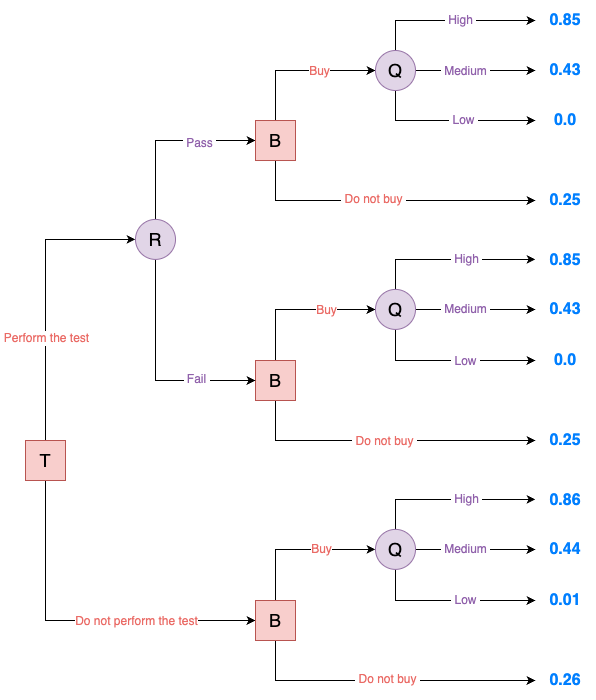
The draw.io diagram decision_problems/oil_field_purchase/images/oil_decision_tree.png in ferjorosa/decision-theory-llms, before a commit. Source tidied: cells renumbered, new cells last; positions are measured from the earlier drawing's top-left corner, leaving out a move shared by most shapes.
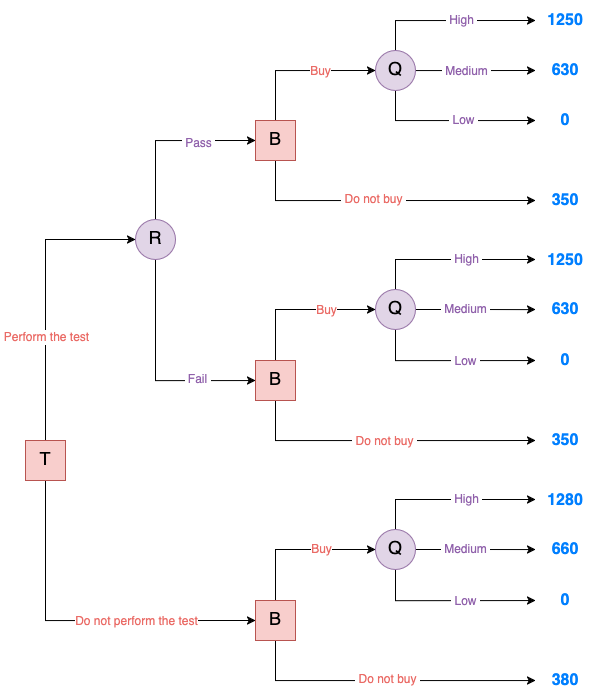
The same diagram one commit later.

Diff of the diagram source:
```diff
@@ -27,16 +27,16 @@
     <mxCell id="6" value="T" style="rounded=0;whiteSpace=wrap;html=1;fontSize=18;fillColor=#f8cecc;strokeColor=#b85450;" parent="1" vertex="1">
       <mxGeometry y="440" width="40" height="40" as="geometry" />
     </mxCell>
-    <mxCell id="7" style="edgeStyle=orthogonalEdgeStyle;rounded=0;jettySize=auto;html=1;fontSize=12;" parent="1" edge="1" source="11" target="59">
-      <mxGeometry relative="1" as="geometry">
-        <Array as="points">
-          <mxPoint x="250" y="680" />
-        </Array>
-      </mxGeometry>
-    </mxCell>
-    <mxCell id="8" value="&amp;nbsp;Do not buy&amp;nbsp;" style="edgeLabel;html=1;align=center;verticalAlign=middle;fontSize=12;fontColor=#EA6B66;" parent="7" vertex="1">
-      <mxGeometry x="0.01" y="2" relative="1" as="geometry" />
-    </mxCell>
+    <mxCell id="60" style="edgeStyle=orthogonalEdgeStyle;rounded=0;jettySize=auto;html=1;fontSize=12;" parent="1" edge="1" source="11" target="92">
+      <mxGeometry relative="1" as="geometry">
+        <Array as="points">
+          <mxPoint x="250" y="680" />
+        </Array>
+      </mxGeometry>
+    </mxCell>
+    <mxCell id="61" value="&amp;nbsp;Do not buy&amp;nbsp;" style="edgeLabel;html=1;align=center;verticalAlign=middle;fontSize=12;fontColor=#EA6B66;" parent="60" vertex="1">
+      <mxGeometry x="0.01" y="2" relative="1" as="geometry" />
+    </mxCell>
     <mxCell id="9" style="edgeStyle=orthogonalEdgeStyle;rounded=0;jettySize=auto;html=1;entryX=0;entryY=0.5;entryDx=0;entryDy=0;" parent="1" edge="1" source="11" target="47">
       <mxGeometry relative="1" as="geometry">
         <Array as="points">
@@ -52,21 +52,21 @@
     <mxCell id="11" value="B" style="rounded=0;whiteSpace=wrap;html=1;fontSize=18;fillColor=#f8cecc;strokeColor=#b85450;" parent="1" vertex="1">
       <mxGeometry x="230" y="600" width="40" height="40" as="geometry" />
     </mxCell>
-    <mxCell id="12" style="edgeStyle=orthogonalEdgeStyle;rounded=0;orthogonalLoop=1;jettySize=auto;html=1;fontSize=12;" parent="1" edge="1">
-      <mxGeometry relative="1" as="geometry">
-        <mxPoint x="250" y="380" as="sourcePoint" />
-        <mxPoint x="510" y="440" as="targetPoint" />
-        <Array as="points">
-          <mxPoint x="250" y="440" />
-          <mxPoint x="470" y="440" />
-        </Array>
-      </mxGeometry>
-    </mxCell>
-    <mxCell id="13" value="&amp;nbsp;Do not buy&amp;nbsp;" style="edgeLabel;html=1;align=center;verticalAlign=middle;fontSize=12;fontColor=#EA6B66;" parent="12" vertex="1">
-      <mxGeometry x="0.05" y="-2" relative="1" as="geometry">
-        <mxPoint y="-2" as="offset" />
-      </mxGeometry>
-    </mxCell>
+    <mxCell id="62" style="edgeStyle=orthogonalEdgeStyle;rounded=0;orthogonalLoop=1;jettySize=auto;html=1;fontSize=12;" parent="1" edge="1">
+      <mxGeometry relative="1" as="geometry">
+        <mxPoint x="250" y="380" as="sourcePoint" />
+        <mxPoint x="510" y="440" as="targetPoint" />
+        <Array as="points">
+          <mxPoint x="250" y="440" />
+          <mxPoint x="470" y="440" />
+        </Array>
+      </mxGeometry>
+    </mxCell>
+    <mxCell id="63" value="&amp;nbsp;Do not buy&amp;nbsp;" style="edgeLabel;html=1;align=center;verticalAlign=middle;fontSize=12;fontColor=#EA6B66;" parent="62" vertex="1">
+      <mxGeometry x="0.05" y="-2" relative="1" as="geometry">
+        <mxPoint y="-2" as="offset" />
+      </mxGeometry>
+    </mxCell>
     <mxCell id="14" style="edgeStyle=orthogonalEdgeStyle;rounded=0;jettySize=auto;html=1;" parent="1" edge="1" source="16" target="40">
       <mxGeometry relative="1" as="geometry">
         <Array as="points">
@@ -105,18 +105,18 @@
     <mxCell id="21" value="R" style="ellipse;whiteSpace=wrap;html=1;fontSize=18;fillColor=#e1d5e7;strokeColor=#9673a6;" parent="1" vertex="1">
       <mxGeometry x="110" y="218.9" width="40" height="40" as="geometry" />
     </mxCell>
-    <mxCell id="22" style="edgeStyle=orthogonalEdgeStyle;rounded=0;orthogonalLoop=1;jettySize=auto;html=1;fontSize=12;" parent="1" edge="1">
-      <mxGeometry relative="1" as="geometry">
-        <mxPoint x="250" y="130" as="sourcePoint" />
-        <mxPoint x="510" y="200" as="targetPoint" />
-        <Array as="points">
-          <mxPoint x="250" y="200" />
-        </Array>
-      </mxGeometry>
-    </mxCell>
-    <mxCell id="23" value="&amp;nbsp;Do not buy&amp;nbsp;" style="edgeLabel;html=1;align=center;verticalAlign=middle;fontSize=12;fontColor=#EA6B66;" parent="22" vertex="1">
-      <mxGeometry x="0.01" y="2" relative="1" as="geometry" />
-    </mxCell>
+    <mxCell id="64" style="edgeStyle=orthogonalEdgeStyle;rounded=0;orthogonalLoop=1;jettySize=auto;html=1;fontSize=12;" parent="1" edge="1">
+      <mxGeometry relative="1" as="geometry">
+        <mxPoint x="250" y="130" as="sourcePoint" />
+        <mxPoint x="510" y="200" as="targetPoint" />
+        <Array as="points">
+          <mxPoint x="250" y="200" />
+        </Array>
+      </mxGeometry>
+    </mxCell>
+    <mxCell id="65" value="&amp;nbsp;Do not buy&amp;nbsp;" style="edgeLabel;html=1;align=center;verticalAlign=middle;fontSize=12;fontColor=#EA6B66;" parent="64" vertex="1">
+      <mxGeometry x="0.01" y="2" relative="1" as="geometry" />
+    </mxCell>
     <mxCell id="24" style="edgeStyle=orthogonalEdgeStyle;rounded=0;jettySize=auto;html=1;entryX=0;entryY=0.5;entryDx=0;entryDy=0;" parent="1" edge="1" source="26" target="33">
       <mxGeometry relative="1" as="geometry">
         <Array as="points">
@@ -132,157 +132,157 @@
     <mxCell id="26" value="B" style="rounded=0;whiteSpace=wrap;html=1;fontSize=18;fillColor=#f8cecc;strokeColor=#b85450;" parent="1" vertex="1">
       <mxGeometry x="230" y="120" width="40" height="40" as="geometry" />
     </mxCell>
-    <mxCell id="27" style="edgeStyle=orthogonalEdgeStyle;rounded=0;jettySize=auto;html=1;fontSize=12;" parent="1" edge="1" source="33">
-      <mxGeometry relative="1" as="geometry">
-        <mxPoint x="510" y="20" as="targetPoint" />
-        <Array as="points">
-          <mxPoint x="370" y="20" />
-        </Array>
-      </mxGeometry>
-    </mxCell>
-    <mxCell id="28" value="&lt;font style=&quot;font-size: 12px;&quot;&gt;&amp;nbsp;High&amp;nbsp;&lt;/font&gt;" style="edgeLabel;html=1;align=center;verticalAlign=middle;fontColor=#9061AB;" parent="27" vertex="1">
-      <mxGeometry x="0.12" y="1" relative="1" as="geometry" />
-    </mxCell>
-    <mxCell id="29" style="edgeStyle=orthogonalEdgeStyle;rounded=0;jettySize=auto;html=1;fontSize=12;" parent="1" edge="1" source="33">
-      <mxGeometry relative="1" as="geometry">
-        <mxPoint x="510" y="70" as="targetPoint" />
-      </mxGeometry>
-    </mxCell>
-    <mxCell id="30" value="&lt;font style=&quot;font-size: 12px;&quot;&gt;&amp;nbsp;Medium&amp;nbsp;&lt;/font&gt;" style="edgeLabel;html=1;align=center;verticalAlign=middle;fontColor=#9061AB;" parent="29" vertex="1">
-      <mxGeometry x="-0.45" relative="1" as="geometry">
-        <mxPoint x="17" as="offset" />
-      </mxGeometry>
-    </mxCell>
-    <mxCell id="31" style="edgeStyle=orthogonalEdgeStyle;rounded=0;jettySize=auto;html=1;fontSize=12;" parent="1" edge="1" source="33">
-      <mxGeometry relative="1" as="geometry">
-        <mxPoint x="510" y="120" as="targetPoint" />
-        <Array as="points">
-          <mxPoint x="370" y="120" />
-          <mxPoint x="470" y="120" />
-        </Array>
-      </mxGeometry>
-    </mxCell>
+    <mxCell id="66" style="edgeStyle=orthogonalEdgeStyle;rounded=0;jettySize=auto;html=1;fontSize=12;" parent="1" edge="1" source="33">
+      <mxGeometry relative="1" as="geometry">
+        <mxPoint x="510" y="20" as="targetPoint" />
+        <Array as="points">
+          <mxPoint x="370" y="20" />
+        </Array>
+      </mxGeometry>
+    </mxCell>
+    <mxCell id="67" value="&lt;font style=&quot;font-size: 12px;&quot;&gt;&amp;nbsp;High&amp;nbsp;&lt;/font&gt;" style="edgeLabel;html=1;align=center;verticalAlign=middle;fontColor=#9061AB;" parent="66" vertex="1">
+      <mxGeometry x="0.12" y="1" relative="1" as="geometry" />
+    </mxCell>
+    <mxCell id="68" style="edgeStyle=orthogonalEdgeStyle;rounded=0;jettySize=auto;html=1;fontSize=12;" parent="1" edge="1" source="33">
+      <mxGeometry relative="1" as="geometry">
+        <mxPoint x="510" y="70" as="targetPoint" />
+      </mxGeometry>
+    </mxCell>
+    <mxCell id="69" value="&lt;font style=&quot;font-size: 12px;&quot;&gt;&amp;nbsp;Medium&amp;nbsp;&lt;/font&gt;" style="edgeLabel;html=1;align=center;verticalAlign=middle;fontColor=#9061AB;" parent="68" vertex="1">
+      <mxGeometry x="-0.45" relative="1" as="geometry">
+        <mxPoint x="17" as="offset" />
+      </mxGeometry>
+    </mxCell>
+    <mxCell id="70" style="edgeStyle=orthogonalEdgeStyle;rounded=0;jettySize=auto;html=1;fontSize=12;" parent="1" edge="1" source="33">
+      <mxGeometry relative="1" as="geometry">
+        <mxPoint x="510" y="120" as="targetPoint" />
+        <Array as="points">
+          <mxPoint x="370" y="120" />
+          <mxPoint x="470" y="120" />
+        </Array>
+      </mxGeometry>
+    </mxCell>
-    <mxCell id="32" value="&lt;font style=&quot;font-size: 12px;&quot;&gt;&amp;nbsp;Low&amp;nbsp;&lt;/font&gt;" style="edgeLabel;html=1;align=center;verticalAlign=middle;fontColor=#9061AB;" parent="31" vertex="1">
+    <mxCell id="32" value="&lt;font style=&quot;font-size: 12px;&quot;&gt;&amp;nbsp;Low&amp;nbsp;&lt;/font&gt;" style="edgeLabel;html=1;align=center;verticalAlign=middle;fontColor=#9061AB;" parent="70" vertex="1">
       <mxGeometry x="0.15" y="1" relative="1" as="geometry" />
     </mxCell>
     <mxCell id="33" value="Q" style="ellipse;whiteSpace=wrap;html=1;fontSize=18;fillColor=#e1d5e7;strokeColor=#9673a6;" parent="1" vertex="1">
       <mxGeometry x="350" y="50" width="40" height="40" as="geometry" />
     </mxCell>
-    <mxCell id="34" style="edgeStyle=orthogonalEdgeStyle;rounded=0;jettySize=auto;html=1;fontSize=12;" parent="1" edge="1" source="40">
-      <mxGeometry relative="1" as="geometry">
-        <mxPoint x="510" y="309" as="targetPoint" />
-      </mxGeometry>
-    </mxCell>
-    <mxCell id="35" value="&lt;font style=&quot;font-size: 12px;&quot;&gt;&amp;nbsp;Medium&amp;nbsp;&lt;/font&gt;" style="edgeLabel;html=1;align=center;verticalAlign=middle;fontColor=#9061AB;" parent="34" vertex="1">
-      <mxGeometry x="-0.37" relative="1" as="geometry">
-        <mxPoint x="12" as="offset" />
-      </mxGeometry>
-    </mxCell>
-    <mxCell id="36" style="edgeStyle=orthogonalEdgeStyle;rounded=0;orthogonalLoop=1;jettySize=auto;html=1;" parent="1" edge="1">
-      <mxGeometry relative="1" as="geometry">
-        <mxPoint x="370" y="307.8" as="sourcePoint" />
-        <mxPoint x="510" y="258.9" as="targetPoint" />
-        <Array as="points">
-          <mxPoint x="370" y="258.9" />
-        </Array>
-      </mxGeometry>
-    </mxCell>
-    <mxCell id="37" value="&lt;font style=&quot;font-size: 12px;&quot;&gt;&amp;nbsp;High&amp;nbsp;&lt;/font&gt;" style="edgeLabel;html=1;align=center;verticalAlign=middle;fontColor=#9061AB;" parent="36" vertex="1">
-      <mxGeometry x="0.16" relative="1" as="geometry">
-        <mxPoint x="10" as="offset" />
-      </mxGeometry>
-    </mxCell>
-    <mxCell id="38" style="edgeStyle=orthogonalEdgeStyle;rounded=0;jettySize=auto;html=1;" parent="1" edge="1" source="40">
-      <mxGeometry relative="1" as="geometry">
-        <mxPoint x="510" y="360" as="targetPoint" />
-        <Array as="points">
-          <mxPoint x="370" y="360" />
-        </Array>
-      </mxGeometry>
-    </mxCell>
-    <mxCell id="39" value="&amp;nbsp;Low&amp;nbsp;" style="edgeLabel;html=1;align=center;verticalAlign=middle;fontSize=12;fontColor=#9061AB;" parent="38" vertex="1">
-      <mxGeometry x="0.09" y="-1" relative="1" as="geometry">
-        <mxPoint x="8" y="-1" as="offset" />
-      </mxGeometry>
-    </mxCell>
+    <mxCell id="71" style="edgeStyle=orthogonalEdgeStyle;rounded=0;jettySize=auto;html=1;fontSize=12;" parent="1" edge="1" source="40">
+      <mxGeometry relative="1" as="geometry">
+        <mxPoint x="510" y="309" as="targetPoint" />
+      </mxGeometry>
+    </mxCell>
+    <mxCell id="72" value="&lt;font style=&quot;font-size: 12px;&quot;&gt;&amp;nbsp;Medium&amp;nbsp;&lt;/font&gt;" style="edgeLabel;html=1;align=center;verticalAlign=middle;fontColor=#9061AB;" parent="71" vertex="1">
+      <mxGeometry x="-0.37" relative="1" as="geometry">
+        <mxPoint x="12" as="offset" />
+      </mxGeometry>
+    </mxCell>
+    <mxCell id="73" style="edgeStyle=orthogonalEdgeStyle;rounded=0;orthogonalLoop=1;jettySize=auto;html=1;" parent="1" edge="1">
+      <mxGeometry relative="1" as="geometry">
+        <mxPoint x="370" y="307.8" as="sourcePoint" />
+        <mxPoint x="510" y="258.9" as="targetPoint" />
+        <Array as="points">
+          <mxPoint x="370" y="258.9" />
+        </Array>
+      </mxGeometry>
+    </mxCell>
+    <mxCell id="74" value="&lt;font style=&quot;font-size: 12px;&quot;&gt;&amp;nbsp;High&amp;nbsp;&lt;/font&gt;" style="edgeLabel;html=1;align=center;verticalAlign=middle;fontColor=#9061AB;" parent="73" vertex="1">
+      <mxGeometry x="0.16" relative="1" as="geometry">
+        <mxPoint x="10" as="offset" />
+      </mxGeometry>
+    </mxCell>
+    <mxCell id="75" style="edgeStyle=orthogonalEdgeStyle;rounded=0;jettySize=auto;html=1;" parent="1" edge="1" source="40">
+      <mxGeometry relative="1" as="geometry">
+        <mxPoint x="510" y="360" as="targetPoint" />
+        <Array as="points">
+          <mxPoint x="370" y="360" />
+        </Array>
+      </mxGeometry>
+    </mxCell>
+    <mxCell id="76" value="&amp;nbsp;Low&amp;nbsp;" style="edgeLabel;html=1;align=center;verticalAlign=middle;fontSize=12;fontColor=#9061AB;" parent="75" vertex="1">
+      <mxGeometry x="0.09" y="-1" relative="1" as="geometry">
+        <mxPoint x="8" y="-1" as="offset" />
+      </mxGeometry>
+    </mxCell>
     <mxCell id="40" value="Q" style="ellipse;whiteSpace=wrap;html=1;fontSize=18;fillColor=#e1d5e7;strokeColor=#9673a6;" parent="1" vertex="1">
       <mxGeometry x="350" y="288.9" width="40" height="40" as="geometry" />
     </mxCell>
-    <mxCell id="41" style="edgeStyle=orthogonalEdgeStyle;rounded=0;jettySize=auto;html=1;fontSize=12;" parent="1" edge="1" source="47">
-      <mxGeometry relative="1" as="geometry">
-        <mxPoint x="510" y="549" as="targetPoint" />
-      </mxGeometry>
-    </mxCell>
+    <mxCell id="77" style="edgeStyle=orthogonalEdgeStyle;rounded=0;jettySize=auto;html=1;fontSize=12;" parent="1" edge="1" source="47">
+      <mxGeometry relative="1" as="geometry">
+        <mxPoint x="510" y="549" as="targetPoint" />
+      </mxGeometry>
+    </mxCell>
-    <mxCell id="42" value="&amp;nbsp;Medium&amp;nbsp;" style="edgeLabel;html=1;align=center;verticalAlign=middle;fontSize=12;fontColor=#9061AB;" parent="41" vertex="1">
+    <mxCell id="42" value="&amp;nbsp;Medium&amp;nbsp;" style="edgeLabel;html=1;align=center;verticalAlign=middle;fontSize=12;fontColor=#9061AB;" parent="77" vertex="1">
       <mxGeometry x="-0.37" relative="1" as="geometry">
         <mxPoint x="12" as="offset" />
       </mxGeometry>
     </mxCell>
-    <mxCell id="43" style="edgeStyle=orthogonalEdgeStyle;rounded=0;orthogonalLoop=1;jettySize=auto;html=1;" parent="1" edge="1">
-      <mxGeometry relative="1" as="geometry">
-        <mxPoint x="370" y="547.8" as="sourcePoint" />
-        <mxPoint x="510" y="498.9" as="targetPoint" />
-        <Array as="points">
-          <mxPoint x="370" y="498.9" />
-        </Array>
-      </mxGeometry>
-    </mxCell>
+    <mxCell id="78" style="edgeStyle=orthogonalEdgeStyle;rounded=0;orthogonalLoop=1;jettySize=auto;html=1;" parent="1" edge="1">
+      <mxGeometry relative="1" as="geometry">
+        <mxPoint x="370" y="547.8" as="sourcePoint" />
+        <mxPoint x="510" y="498.9" as="targetPoint" />
+        <Array as="points">
+          <mxPoint x="370" y="498.9" />
+        </Array>
+      </mxGeometry>
+    </mxCell>
-    <mxCell id="44" value="&amp;nbsp;High&amp;nbsp;" style="edgeLabel;html=1;align=center;verticalAlign=middle;fontSize=12;fontColor=#9061AB;" parent="43" vertex="1">
+    <mxCell id="44" value="&amp;nbsp;High&amp;nbsp;" style="edgeLabel;html=1;align=center;verticalAlign=middle;fontSize=12;fontColor=#9061AB;" parent="78" vertex="1">
       <mxGeometry x="0.16" relative="1" as="geometry">
         <mxPoint x="10" as="offset" />
       </mxGeometry>
     </mxCell>
-    <mxCell id="45" style="edgeStyle=orthogonalEdgeStyle;rounded=0;jettySize=auto;html=1;" parent="1" edge="1" source="47">
-      <mxGeometry relative="1" as="geometry">
-        <mxPoint x="510" y="600" as="targetPoint" />
-        <Array as="points">
-          <mxPoint x="370" y="600" />
-        </Array>
-      </mxGeometry>
-    </mxCell>
-    <mxCell id="46" value="&amp;nbsp;Low&amp;nbsp;" style="edgeLabel;html=1;align=center;verticalAlign=middle;fontSize=12;fontColor=#9061AB;" parent="45" vertex="1">
-      <mxGeometry x="0.09" y="-1" relative="1" as="geometry">
-        <mxPoint x="8" y="-1" as="offset" />
-      </mxGeometry>
-    </mxCell>
+    <mxCell id="79" style="edgeStyle=orthogonalEdgeStyle;rounded=0;jettySize=auto;html=1;" parent="1" edge="1" source="47">
+      <mxGeometry relative="1" as="geometry">
+        <mxPoint x="510" y="600" as="targetPoint" />
+        <Array as="points">
+          <mxPoint x="370" y="600" />
+        </Array>
+      </mxGeometry>
+    </mxCell>
+    <mxCell id="80" value="&amp;nbsp;Low&amp;nbsp;" style="edgeLabel;html=1;align=center;verticalAlign=middle;fontSize=12;fontColor=#9061AB;" parent="79" vertex="1">
+      <mxGeometry x="0.09" y="-1" relative="1" as="geometry">
+        <mxPoint x="8" y="-1" as="offset" />
+      </mxGeometry>
+    </mxCell>
     <mxCell id="47" value="Q" style="ellipse;whiteSpace=wrap;html=1;fontSize=18;fillColor=#e1d5e7;strokeColor=#9673a6;" parent="1" vertex="1">
       <mxGeometry x="350" y="528.9" width="40" height="40" as="geometry" />
     </mxCell>
-    <mxCell id="48" value="0.85" style="rounded=0;whiteSpace=wrap;html=1;fontSize=16;fillColor=none;strokeColor=none;fontColor=#007FFF;fontStyle=1;" parent="1" vertex="1">
-      <mxGeometry x="510" width="60" height="40" as="geometry" />
-    </mxCell>
-    <mxCell id="49" value="0.43" style="rounded=0;whiteSpace=wrap;html=1;fontSize=16;fillColor=none;strokeColor=none;fontColor=#007FFF;fontStyle=1;" parent="1" vertex="1">
-      <mxGeometry x="510" y="50" width="60" height="40" as="geometry" />
-    </mxCell>
-    <mxCell id="50" value="0.0" style="rounded=0;whiteSpace=wrap;html=1;fontSize=16;fillColor=none;strokeColor=none;fontColor=#007FFF;fontStyle=1;" parent="1" vertex="1">
-      <mxGeometry x="510" y="100" width="60" height="40" as="geometry" />
-    </mxCell>
-    <mxCell id="51" value="0.85" style="rounded=0;whiteSpace=wrap;html=1;fontSize=16;fillColor=none;strokeColor=none;fontColor=#007FFF;fontStyle=1;" parent="1" vertex="1">
-      <mxGeometry x="510" y="240" width="60" height="40" as="geometry" />
-    </mxCell>
-    <mxCell id="52" value="0.43" style="rounded=0;whiteSpace=wrap;html=1;fontSize=16;fillColor=none;strokeColor=none;fontColor=#007FFF;fontStyle=1;" parent="1" vertex="1">
-      <mxGeometry x="510" y="288.9" width="60" height="40" as="geometry" />
-    </mxCell>
-    <mxCell id="53" value="0.0" style="rounded=0;whiteSpace=wrap;html=1;fontSize=16;fillColor=none;strokeColor=none;fontColor=#007FFF;fontStyle=1;" parent="1" vertex="1">
-      <mxGeometry x="510" y="340" width="60" height="40" as="geometry" />
-    </mxCell>
-    <mxCell id="54" value="0.25" style="rounded=0;whiteSpace=wrap;html=1;fontSize=16;fillColor=none;strokeColor=none;fontColor=#007FFF;fontStyle=1;" parent="1" vertex="1">
-      <mxGeometry x="510" y="420" width="60" height="40" as="geometry" />
-    </mxCell>
-    <mxCell id="55" value="0.25" style="rounded=0;whiteSpace=wrap;html=1;fontSize=16;fillColor=none;strokeColor=none;fontColor=#007FFF;fontStyle=1;" parent="1" vertex="1">
-      <mxGeometry x="510" y="180" width="60" height="40" as="geometry" />
-    </mxCell>
-    <mxCell id="56" value="0.86" style="rounded=0;whiteSpace=wrap;html=1;fontSize=16;fillColor=none;strokeColor=none;fontColor=#007FFF;fontStyle=1;" parent="1" vertex="1">
-      <mxGeometry x="510" y="480" width="60" height="40" as="geometry" />
-    </mxCell>
-    <mxCell id="57" value="0.44" style="rounded=0;whiteSpace=wrap;html=1;fontSize=16;fillColor=none;strokeColor=none;fontColor=#007FFF;fontStyle=1;" parent="1" vertex="1">
-      <mxGeometry x="510" y="528.9" width="60" height="40" as="geometry" />
-    </mxCell>
-    <mxCell id="58" value="0.01" style="rounded=0;whiteSpace=wrap;html=1;fontSize=16;fillColor=none;strokeColor=none;fontColor=#007FFF;fontStyle=1;" parent="1" vertex="1">
-      <mxGeometry x="510" y="580" width="60" height="40" as="geometry" />
-    </mxCell>
-    <mxCell id="59" value="0.26" style="rounded=0;whiteSpace=wrap;html=1;fontSize=16;fillColor=none;strokeColor=none;fontColor=#007FFF;fontStyle=1;" parent="1" vertex="1">
-      <mxGeometry x="510" y="660" width="60" height="40" as="geometry" />
-    </mxCell>
+    <mxCell id="81" value="1250" style="rounded=0;whiteSpace=wrap;html=1;fontSize=16;fillColor=none;strokeColor=none;fontColor=#007FFF;fontStyle=1;" parent="1" vertex="1">
+      <mxGeometry x="510" width="60" height="40" as="geometry" />
+    </mxCell>
+    <mxCell id="82" value="630" style="rounded=0;whiteSpace=wrap;html=1;fontSize=16;fillColor=none;strokeColor=none;fontColor=#007FFF;fontStyle=1;" parent="1" vertex="1">
+      <mxGeometry x="510" y="50" width="60" height="40" as="geometry" />
+    </mxCell>
+    <mxCell id="83" value="0" style="rounded=0;whiteSpace=wrap;html=1;fontSize=16;fillColor=none;strokeColor=none;fontColor=#007FFF;fontStyle=1;" parent="1" vertex="1">
+      <mxGeometry x="510" y="100" width="60" height="40" as="geometry" />
+    </mxCell>
+    <mxCell id="84" value="1250" style="rounded=0;whiteSpace=wrap;html=1;fontSize=16;fillColor=none;strokeColor=none;fontColor=#007FFF;fontStyle=1;" parent="1" vertex="1">
+      <mxGeometry x="510" y="240" width="60" height="40" as="geometry" />
+    </mxCell>
+    <mxCell id="85" value="630" style="rounded=0;whiteSpace=wrap;html=1;fontSize=16;fillColor=none;strokeColor=none;fontColor=#007FFF;fontStyle=1;" parent="1" vertex="1">
+      <mxGeometry x="510" y="288.9" width="60" height="40" as="geometry" />
+    </mxCell>
+    <mxCell id="86" value="0" style="rounded=0;whiteSpace=wrap;html=1;fontSize=16;fillColor=none;strokeColor=none;fontColor=#007FFF;fontStyle=1;" parent="1" vertex="1">
+      <mxGeometry x="510" y="340" width="60" height="40" as="geometry" />
+    </mxCell>
+    <mxCell id="87" value="350" style="rounded=0;whiteSpace=wrap;html=1;fontSize=16;fillColor=none;strokeColor=none;fontColor=#007FFF;fontStyle=1;" parent="1" vertex="1">
+      <mxGeometry x="510" y="420" width="60" height="40" as="geometry" />
+    </mxCell>
+    <mxCell id="88" value="350" style="rounded=0;whiteSpace=wrap;html=1;fontSize=16;fillColor=none;strokeColor=none;fontColor=#007FFF;fontStyle=1;" parent="1" vertex="1">
+      <mxGeometry x="510" y="180" width="60" height="40" as="geometry" />
+    </mxCell>
+    <mxCell id="89" value="1280" style="rounded=0;whiteSpace=wrap;html=1;fontSize=16;fillColor=none;strokeColor=none;fontColor=#007FFF;fontStyle=1;" parent="1" vertex="1">
+      <mxGeometry x="510" y="480" width="60" height="40" as="geometry" />
+    </mxCell>
+    <mxCell id="90" value="660" style="rounded=0;whiteSpace=wrap;html=1;fontSize=16;fillColor=none;strokeColor=none;fontColor=#007FFF;fontStyle=1;" parent="1" vertex="1">
+      <mxGeometry x="510" y="528.9" width="60" height="40" as="geometry" />
+    </mxCell>
+    <mxCell id="91" value="0" style="rounded=0;whiteSpace=wrap;html=1;fontSize=16;fillColor=none;strokeColor=none;fontColor=#007FFF;fontStyle=1;" parent="1" vertex="1">
+      <mxGeometry x="510" y="580" width="60" height="40" as="geometry" />
+    </mxCell>
+    <mxCell id="92" value="380" style="rounded=0;whiteSpace=wrap;html=1;fontSize=16;fillColor=none;strokeColor=none;fontColor=#007FFF;fontStyle=1;" parent="1" vertex="1">
+      <mxGeometry x="510" y="660" width="60" height="40" as="geometry" />
+    </mxCell>
   </root>
 </mxGraphModel>
```
